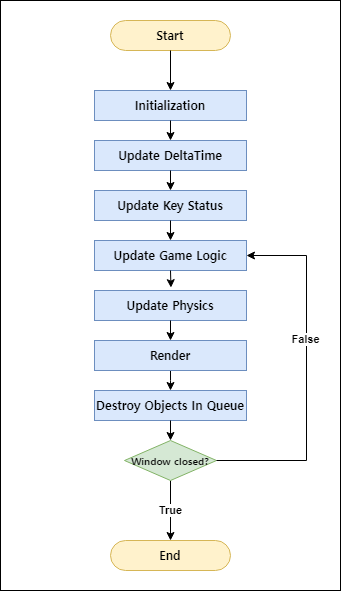
23-web-teamproject/web-game-engine-tutorial keeps this draw.io diagram as flowchart.png. Above is the earlier version. Source tidied: cells renumbered, new cells last; positions are measured from the earlier drawing's top-left corner, leaving out a move shared by most shapes.
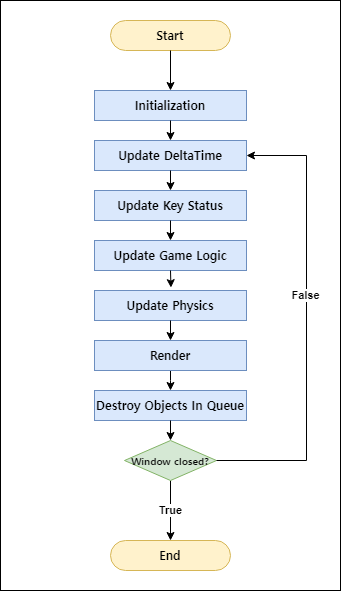
Later version of the same file.

Change to the diagram source:
```diff
@@ -34,7 +34,7 @@
     <mxCell id="10" value="Window closed?" style="rhombus;whiteSpace=wrap;html=1;fontFamily=Noto Sans Korean;fontSource=https%3A%2F%2Ffonts.googleapis.com%2Fcss2%3Ffamily%3DNoto%2BSans%2BKR%3Awght%40300%26display%3Dswap;fillColor=#d5e8d4;strokeColor=#82b366;fontSize=8;fontStyle=1;" parent="1" vertex="1">
       <mxGeometry x="124" y="440" width="92" height="40" as="geometry" />
     </mxCell>
-    <mxCell id="11" style="endArrow=classic;html=1;rounded=0;exitX=1;exitY=0.5;exitDx=0;exitDy=0;edgeStyle=elbowEdgeStyle;entryX=1;entryY=0.5;entryDx=0;entryDy=0;" parent="1" edge="1" source="10" target="5">
+    <mxCell id="11" style="endArrow=classic;html=1;rounded=0;exitX=1;exitY=0.5;exitDx=0;exitDy=0;edgeStyle=elbowEdgeStyle;entryX=1;entryY=0.5;entryDx=0;entryDy=0;" parent="1" edge="1" source="10" target="21">
       <mxGeometry relative="1" as="geometry">
         <Array as="points">
           <mxPoint x="306" y="470" />
@@ -43,7 +43,9 @@
       </mxGeometry>
     </mxCell>
     <mxCell id="12" value="False" style="edgeLabel;html=1;align=center;verticalAlign=middle;fontStyle=1;" parent="11" vertex="1">
-      <mxGeometry x="0.19" y="1" relative="1" as="geometry" />
+      <mxGeometry x="0.19" y="1" relative="1" as="geometry">
+        <mxPoint y="16" as="offset" />
+      </mxGeometry>
     </mxCell>
     <mxCell id="13" style="endArrow=classic;html=1;rounded=0;exitX=0.5;exitY=1;exitDx=0;exitDy=0;entryX=0.5;entryY=0;entryDx=0;entryDy=0;" parent="1" edge="1" source="4" target="21">
       <mxGeometry relative="1" as="geometry" />
```
